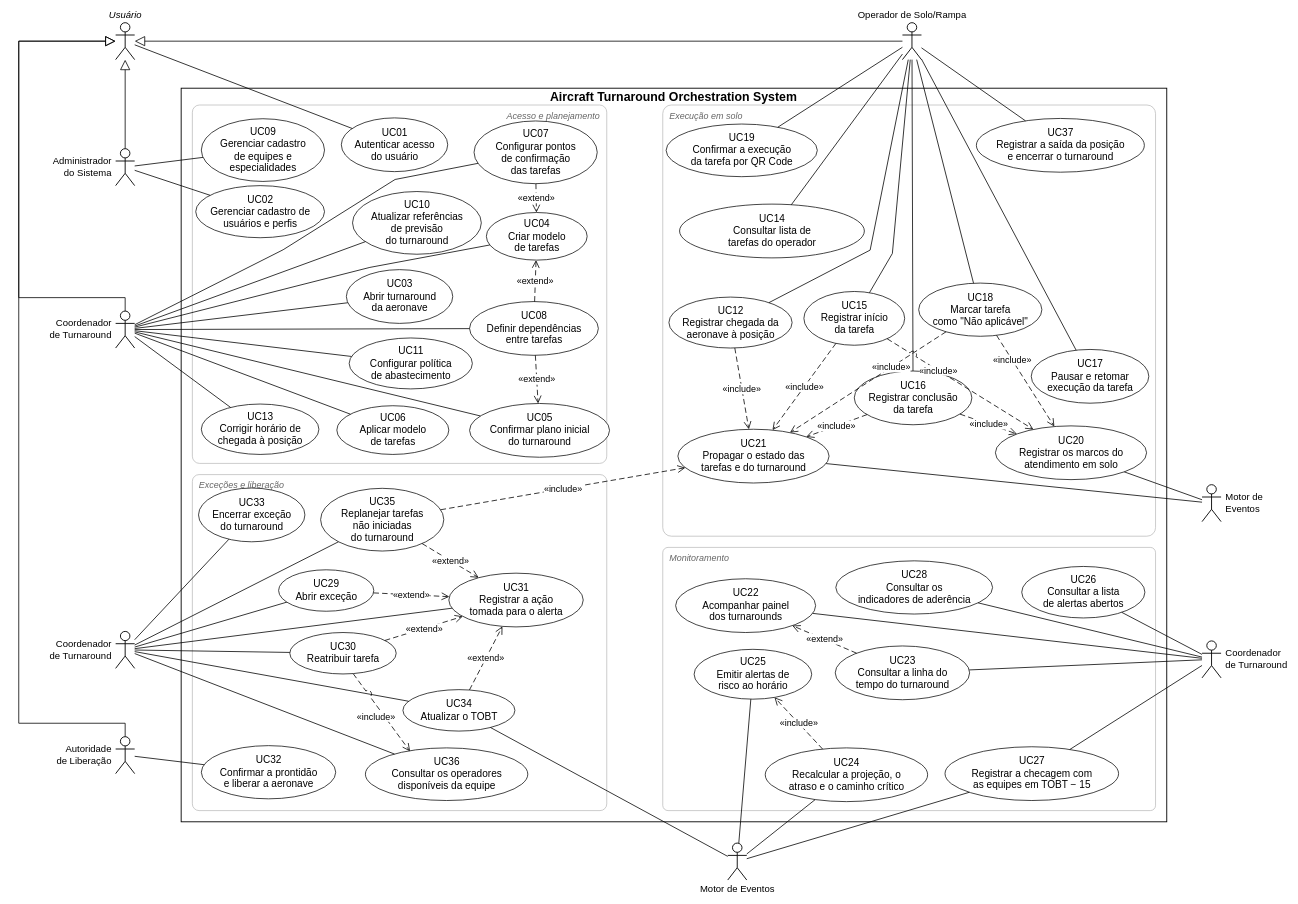
Aircraft-Turnaround-Operations-Manager/aircraft-turnaround-docs keeps this draw.io diagram as especificacao/diagramas/09-casos-de-uso.drawio. Above is the earlier version. Source tidied: cells renumbered, new cells numbered last; positions are measured from the earlier drawing's top-left corner, leaving out a move shared by most shapes. Both pictures are drawn from the tidied source at 56%, with x=0, y=0 at pixel (18, 22).
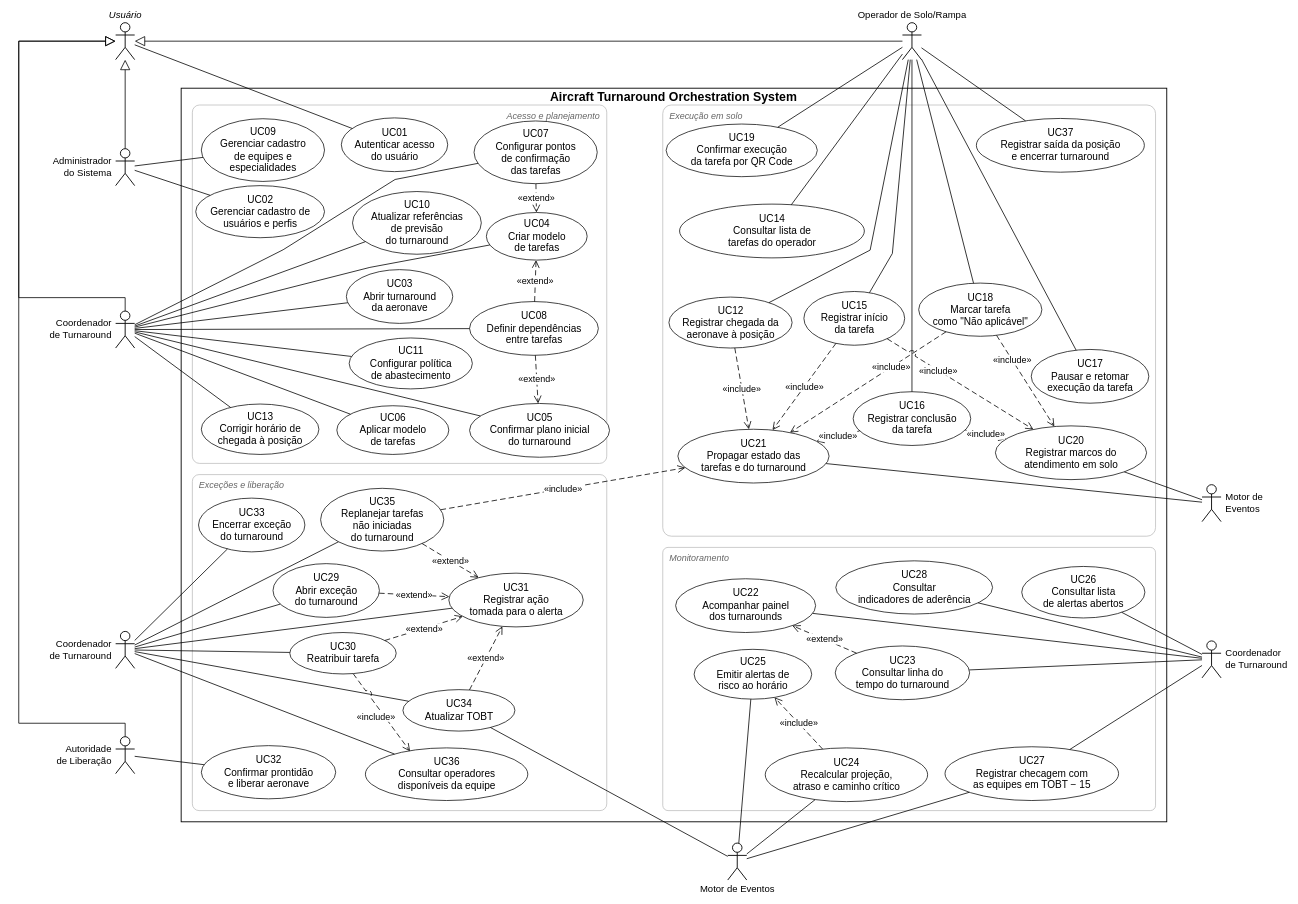
After the change.

The edit, as a diff of the source:
```diff
@@
     <mxCell id="23" value="UC16&lt;br&gt;Registrar conclusão&lt;br&gt;da tarefa" style="ellipse;whiteSpace=nowrap;html=1;fillColor=#FFFFFF;strokeColor=#000000;strokeWidth=1.3;fontSize=18;spacing=0;fontFamily=Arial;" parent="1" vertex="1">
-      <mxGeometry x="1492" y="622" width="210" height="96" as="geometry" />
+      <mxGeometry x="1490" y="659" width="210" height="96" as="geometry" />
     </mxCell>
@@
-    <mxCell id="26" value="UC19&lt;br&gt;Confirmar a execução&lt;br&gt;da tarefa por QR Code" style="ellipse;whiteSpace=nowrap;html=1;fillColor=#FFFFFF;strokeColor=#000000;strokeWidth=1.3;fontSize=18;spacing=0;fontFamily=Arial;" parent="1" vertex="1">
+    <mxCell id="26" value="UC19&lt;br&gt;Confirmar execução&lt;br&gt;da tarefa por QR Code" style="ellipse;whiteSpace=nowrap;html=1;fillColor=#FFFFFF;strokeColor=#000000;strokeWidth=1.3;fontSize=18;spacing=0;fontFamily=Arial;" parent="1" vertex="1">
       <mxGeometry x="1156" y="181" width="270" height="94" as="geometry" />
     </mxCell>
-    <mxCell id="27" value="UC20&lt;br&gt;Registrar os marcos do&lt;br&gt;atendimento em solo" style="ellipse;whiteSpace=nowrap;html=1;fillColor=#FFFFFF;strokeColor=#000000;strokeWidth=1.3;fontSize=18;spacing=0;fontFamily=Arial;" parent="1" vertex="1">
+    <mxCell id="27" value="UC20&lt;br&gt;Registrar marcos do&lt;br&gt;atendimento em solo" style="ellipse;whiteSpace=nowrap;html=1;fillColor=#FFFFFF;strokeColor=#000000;strokeWidth=1.3;fontSize=18;spacing=0;fontFamily=Arial;" parent="1" vertex="1">
       <mxGeometry x="1744" y="720" width="270" height="96" as="geometry" />
     </mxCell>
-    <mxCell id="28" value="UC21&lt;br&gt;Propagar o estado das&lt;br&gt;tarefas e do turnaround" style="ellipse;whiteSpace=nowrap;html=1;fillColor=#FFFFFF;strokeColor=#000000;strokeWidth=1.3;fontSize=18;spacing=0;fontFamily=Arial;" parent="1" vertex="1">
+    <mxCell id="28" value="UC21&lt;br&gt;Propagar estado das&lt;br&gt;tarefas e do turnaround" style="ellipse;whiteSpace=nowrap;html=1;fillColor=#FFFFFF;strokeColor=#000000;strokeWidth=1.3;fontSize=18;spacing=0;fontFamily=Arial;" parent="1" vertex="1">
       <mxGeometry x="1177" y="726" width="270" height="96" as="geometry" />
     </mxCell>
@@
-    <mxCell id="30" value="UC23&lt;br&gt;Consultar a linha do&lt;br&gt;tempo do turnaround" style="ellipse;whiteSpace=nowrap;html=1;fillColor=#FFFFFF;strokeColor=#000000;strokeWidth=1.3;fontSize=18;spacing=0;fontFamily=Arial;" parent="1" vertex="1">
+    <mxCell id="30" value="UC23&lt;br&gt;Consultar linha do&lt;br&gt;tempo do turnaround" style="ellipse;whiteSpace=nowrap;html=1;fillColor=#FFFFFF;strokeColor=#000000;strokeWidth=1.3;fontSize=18;spacing=0;fontFamily=Arial;" parent="1" vertex="1">
       <mxGeometry x="1458" y="1113" width="240" height="96" as="geometry" />
     </mxCell>
-    <mxCell id="31" value="UC24&lt;br&gt;Recalcular a projeção, o&lt;br&gt;atraso e o caminho crítico" style="ellipse;whiteSpace=nowrap;html=1;fillColor=#FFFFFF;strokeColor=#000000;strokeWidth=1.3;fontSize=18;spacing=0;fontFamily=Arial;" parent="1" vertex="1">
+    <mxCell id="31" value="UC24&lt;br&gt;Recalcular projeção,&lt;br&gt;atraso e caminho crítico" style="ellipse;whiteSpace=nowrap;html=1;fillColor=#FFFFFF;strokeColor=#000000;strokeWidth=1.3;fontSize=18;spacing=0;fontFamily=Arial;" parent="1" vertex="1">
       <mxGeometry x="1333" y="1295" width="290" height="96" as="geometry" />
     </mxCell>
@@
-    <mxCell id="33" value="UC26&lt;br&gt;Consultar a lista&lt;br&gt;de alertas abertos" style="ellipse;whiteSpace=nowrap;html=1;fillColor=#FFFFFF;strokeColor=#000000;strokeWidth=1.3;fontSize=18;spacing=0;fontFamily=Arial;" parent="1" vertex="1">
+    <mxCell id="33" value="UC26&lt;br&gt;Consultar lista&lt;br&gt;de alertas abertos" style="ellipse;whiteSpace=nowrap;html=1;fillColor=#FFFFFF;strokeColor=#000000;strokeWidth=1.3;fontSize=18;spacing=0;fontFamily=Arial;" parent="1" vertex="1">
       <mxGeometry x="1791" y="971" width="220" height="92" as="geometry" />
     </mxCell>
-    <mxCell id="34" value="UC27&lt;br&gt;Registrar a checagem com&lt;br&gt;as equipes em TOBT − 15" style="ellipse;whiteSpace=nowrap;html=1;fillColor=#FFFFFF;strokeColor=#000000;strokeWidth=1.3;fontSize=18;spacing=0;fontFamily=Arial;" parent="1" vertex="1">
+    <mxCell id="34" value="UC27&lt;br&gt;Registrar checagem com&lt;br&gt;as equipes em TOBT − 15" style="ellipse;whiteSpace=nowrap;html=1;fillColor=#FFFFFF;strokeColor=#000000;strokeWidth=1.3;fontSize=18;spacing=0;fontFamily=Arial;" parent="1" vertex="1">
       <mxGeometry x="1654" y="1293" width="310" height="96" as="geometry" />
     </mxCell>
-    <mxCell id="35" value="UC28&lt;br&gt;Consultar os&lt;br&gt;indicadores de aderência" style="ellipse;whiteSpace=nowrap;html=1;fillColor=#FFFFFF;strokeColor=#000000;strokeWidth=1.3;fontSize=18;spacing=0;fontFamily=Arial;" parent="1" vertex="1">
+    <mxCell id="35" value="UC28&lt;br&gt;Consultar&lt;br&gt;indicadores de aderência" style="ellipse;whiteSpace=nowrap;html=1;fillColor=#FFFFFF;strokeColor=#000000;strokeWidth=1.3;fontSize=18;spacing=0;fontFamily=Arial;" parent="1" vertex="1">
       <mxGeometry x="1459" y="961" width="280" height="95" as="geometry" />
     </mxCell>
-    <mxCell id="36" value="UC29&lt;br&gt;Abrir exceção" style="ellipse;whiteSpace=nowrap;html=1;fillColor=#FFFFFF;strokeColor=#000000;strokeWidth=1.3;fontSize=18;spacing=0;fontFamily=Arial;" parent="1" vertex="1">
-      <mxGeometry x="464" y="977" width="170" height="74" as="geometry" />
+    <mxCell id="36" value="UC29&lt;br&gt;Abrir exceção&lt;br&gt;do turnaround" style="ellipse;whiteSpace=nowrap;html=1;fillColor=#FFFFFF;strokeColor=#000000;strokeWidth=1.3;fontSize=18;spacing=0;fontFamily=Arial;" parent="1" vertex="1">
+      <mxGeometry x="454" y="966" width="190" height="96" as="geometry" />
     </mxCell>
@@
-    <mxCell id="38" value="UC31&lt;br&gt;Registrar a ação&lt;br&gt;tomada para o alerta" style="ellipse;whiteSpace=nowrap;html=1;fillColor=#FFFFFF;strokeColor=#000000;strokeWidth=1.3;fontSize=18;spacing=0;fontFamily=Arial;" parent="1" vertex="1">
+    <mxCell id="38" value="UC31&lt;br&gt;Registrar ação&lt;br&gt;tomada para o alerta" style="ellipse;whiteSpace=nowrap;html=1;fillColor=#FFFFFF;strokeColor=#000000;strokeWidth=1.3;fontSize=18;spacing=0;fontFamily=Arial;" parent="1" vertex="1">
       <mxGeometry x="768" y="983" width="240" height="96" as="geometry" />
     </mxCell>
-    <mxCell id="39" value="UC32&lt;br&gt;Confirmar a prontidão&lt;br&gt;e liberar a aeronave" style="ellipse;whiteSpace=nowrap;html=1;fillColor=#FFFFFF;strokeColor=#000000;strokeWidth=1.3;fontSize=18;spacing=0;fontFamily=Arial;" parent="1" vertex="1">
+    <mxCell id="39" value="UC32&lt;br&gt;Confirmar prontidão&lt;br&gt;e liberar aeronave" style="ellipse;whiteSpace=nowrap;html=1;fillColor=#FFFFFF;strokeColor=#000000;strokeWidth=1.3;fontSize=18;spacing=0;fontFamily=Arial;" parent="1" vertex="1">
       <mxGeometry x="326" y="1291" width="240" height="95" as="geometry" />
     </mxCell>
     <mxCell id="40" value="UC33&lt;br&gt;Encerrar exceção&lt;br&gt;do turnaround" style="ellipse;whiteSpace=nowrap;html=1;fillColor=#FFFFFF;strokeColor=#000000;strokeWidth=1.3;fontSize=18;spacing=0;fontFamily=Arial;" parent="1" vertex="1">
-      <mxGeometry x="321" y="831" width="190" height="96" as="geometry" />
+      <mxGeometry x="321" y="849" width="190" height="96" as="geometry" />
     </mxCell>
-    <mxCell id="41" value="UC34&lt;br&gt;Atualizar o TOBT" style="ellipse;whiteSpace=nowrap;html=1;fillColor=#FFFFFF;strokeColor=#000000;strokeWidth=1.3;fontSize=18;spacing=0;fontFamily=Arial;" parent="1" vertex="1">
+    <mxCell id="41" value="UC34&lt;br&gt;Atualizar TOBT" style="ellipse;whiteSpace=nowrap;html=1;fillColor=#FFFFFF;strokeColor=#000000;strokeWidth=1.3;fontSize=18;spacing=0;fontFamily=Arial;" parent="1" vertex="1">
       <mxGeometry x="686" y="1191" width="200" height="74" as="geometry" />
     </mxCell>
@@
-    <mxCell id="43" value="UC36&lt;br&gt;Consultar os operadores&lt;br&gt;disponíveis da equipe" style="ellipse;whiteSpace=nowrap;html=1;fillColor=#FFFFFF;strokeColor=#000000;strokeWidth=1.3;fontSize=18;spacing=0;fontFamily=Arial;" parent="1" vertex="1">
+    <mxCell id="43" value="UC36&lt;br&gt;Consultar operadores&lt;br&gt;disponíveis da equipe" style="ellipse;whiteSpace=nowrap;html=1;fillColor=#FFFFFF;strokeColor=#000000;strokeWidth=1.3;fontSize=18;spacing=0;fontFamily=Arial;" parent="1" vertex="1">
       <mxGeometry x="619" y="1295" width="290" height="94" as="geometry" />
     </mxCell>
-    <mxCell id="44" value="UC37&lt;br&gt;Registrar a saída da posição&lt;br&gt;e encerrar o turnaround" style="ellipse;whiteSpace=nowrap;html=1;fillColor=#FFFFFF;strokeColor=#000000;strokeWidth=1.3;fontSize=18;spacing=0;fontFamily=Arial;" parent="1" vertex="1">
+    <mxCell id="44" value="UC37&lt;br&gt;Registrar saída da posição&lt;br&gt;e encerrar turnaround" style="ellipse;whiteSpace=nowrap;html=1;fillColor=#FFFFFF;strokeColor=#000000;strokeWidth=1.3;fontSize=18;spacing=0;fontFamily=Arial;" parent="1" vertex="1">
       <mxGeometry x="1710" y="171" width="300" height="96" as="geometry" />
     </mxCell>
```
